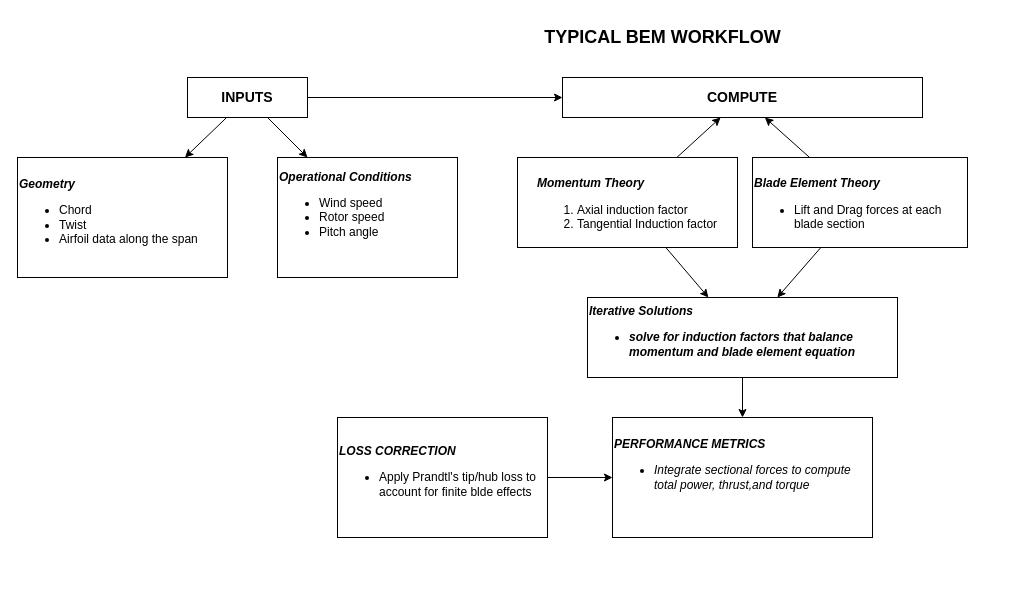
Above: examples/BEM_workflow.drawio in DTUWindEducation/final-project-stopfuckingspiders (draw.io), before the change. Source tidied: cells renumbered, new cells numbered last; positions are measured from the earlier drawing's top-left corner, leaving out a move shared by most shapes. Both pictures are drawn from the tidied source at 100%, with x=0, y=0 at pixel (17, 17).
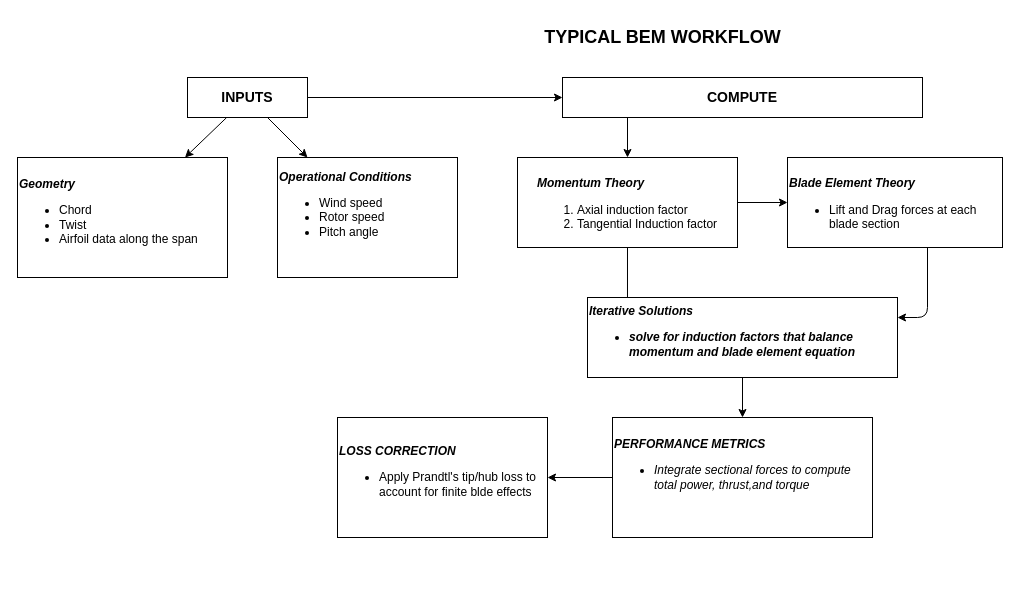
After the change.

The change refers to these unchanged cells:
```xml
<mxCell id="8" value="&lt;b&gt;&lt;font style=&quot;font-size: 14px;&quot;&gt;COMPUTE&lt;/font&gt;&lt;/b&gt;" style="whiteSpace=wrap;html=1;" parent="1" vertex="1">
  <mxGeometry x="545" y="60" width="360" height="40" as="geometry" />
</mxCell>
<mxCell id="11" value="&lt;div&gt;&lt;br&gt;&lt;/div&gt;&lt;div style=&quot;text-align: left;&quot;&gt;&lt;i&gt;&lt;b&gt;Momentum Theory&lt;/b&gt;&lt;/i&gt;&lt;/div&gt;&lt;div&gt;&lt;div&gt;&lt;ol&gt;&lt;li style=&quot;text-align: left;&quot;&gt;Axial induction factor&lt;/li&gt;&lt;li&gt;Tangential Induction factor&lt;/li&gt;&lt;/ol&gt;&lt;/div&gt;&lt;/div&gt;" style="whiteSpace=wrap;html=1;align=center;rotation=0;" parent="1" vertex="1">
  <mxGeometry x="500" y="140" width="220" height="90" as="geometry" />
</mxCell>
<mxCell id="16" value="&lt;i&gt;&lt;b&gt;Iterative Solutions&lt;/b&gt;&lt;/i&gt;&lt;div&gt;&lt;ul&gt;&lt;li&gt;&lt;b&gt;&lt;i&gt;solve for induction factors that balance momentum and blade element equation&lt;/i&gt;&lt;/b&gt;&lt;/li&gt;&lt;/ul&gt;&lt;/div&gt;" style="whiteSpace=wrap;html=1;align=left;" parent="1" vertex="1">
  <mxGeometry x="570" y="280" width="310" height="80" as="geometry" />
</mxCell>
<mxCell id="18" value="&lt;i&gt;&lt;b&gt;LOSS CORRECTION&lt;/b&gt;&lt;/i&gt;&lt;div&gt;&lt;div&gt;&lt;ul&gt;&lt;li&gt;Apply Prandtl's tip/hub loss to account for finite blde effects&lt;/li&gt;&lt;/ul&gt;&lt;/div&gt;&lt;/div&gt;" style="whiteSpace=wrap;html=1;align=left;" parent="1" vertex="1">
  <mxGeometry x="320" y="400" width="210" height="120" as="geometry" />
</mxCell>
<mxCell id="19" value="&lt;div style=&quot;&quot;&gt;&lt;span style=&quot;background-color: transparent;&quot;&gt;&lt;br&gt;&lt;/span&gt;&lt;/div&gt;&lt;div style=&quot;&quot;&gt;&lt;br&gt;&lt;/div&gt;&lt;div style=&quot;&quot;&gt;&lt;br&gt;&lt;/div&gt;&lt;div style=&quot;&quot;&gt;&lt;br&gt;&lt;/div&gt;&lt;div style=&quot;&quot;&gt;&lt;b&gt;&lt;i&gt;PERFORMANCE METRICS&lt;/i&gt;&lt;/b&gt;&lt;/div&gt;&lt;div style=&quot;&quot;&gt;&lt;ul&gt;&lt;li&gt;&lt;i style=&quot;background-color: transparent;&quot;&gt;Integrate sectional forces to compute&amp;nbsp; total power, thrust,and torque&lt;/i&gt;&lt;/li&gt;&lt;/ul&gt;&lt;/div&gt;&lt;div style=&quot;&quot;&gt;&lt;span style=&quot;background-color: transparent;&quot;&gt;&lt;br&gt;&lt;/span&gt;&lt;/div&gt;&lt;div style=&quot;&quot;&gt;&lt;span style=&quot;background-color: transparent;&quot;&gt;&lt;br&gt;&lt;/span&gt;&lt;/div&gt;&lt;div style=&quot;&quot;&gt;&lt;span style=&quot;background-color: transparent;&quot;&gt;&lt;br&gt;&lt;/span&gt;&lt;/div&gt;&lt;div style=&quot;&quot;&gt;&lt;span style=&quot;background-color: transparent;&quot;&gt;&lt;br&gt;&lt;/span&gt;&lt;/div&gt;&lt;div style=&quot;&quot;&gt;&lt;span style=&quot;background-color: transparent;&quot;&gt;&lt;br&gt;&lt;/span&gt;&lt;/div&gt;" style="whiteSpace=wrap;html=1;align=left;" parent="1" vertex="1">
  <mxGeometry x="595" y="400" width="260" height="120" as="geometry" />
</mxCell>
```

What changed in the source:
```diff
@@
+    <mxCell id="22" style="edgeStyle=none;html=1;" parent="1" edge="1" target="11">
+      <mxGeometry relative="1" as="geometry">
+        <mxPoint x="610" y="100" as="sourcePoint" />
+      </mxGeometry>
+    </mxCell>
-    <mxCell id="9" style="edgeStyle=none;html=1;" parent="1" edge="1" source="11" target="16">
+    <mxCell id="9" style="edgeStyle=none;html=1;entryX=0.129;entryY=0.125;entryDx=0;entryDy=0;entryPerimeter=0;" parent="1" edge="1" source="11" target="16">
       <mxGeometry relative="1" as="geometry" />
     </mxCell>
-    <mxCell id="10" style="edgeStyle=none;html=1;" parent="1" edge="1" source="11" target="8">
-      <mxGeometry relative="1" as="geometry" />
-    </mxCell>
@@
-    <mxCell id="12" style="edgeStyle=none;html=1;" parent="1" edge="1" source="14" target="16">
-      <mxGeometry relative="1" as="geometry" />
+    <mxCell id="12" style="edgeStyle=none;html=1;entryX=1;entryY=0.25;entryDx=0;entryDy=0;" parent="1" edge="1" target="16">
+      <mxGeometry relative="1" as="geometry">
+        <mxPoint x="910" y="230" as="sourcePoint" />
+        <Array as="points">
+          <mxPoint x="910" y="300" />
+        </Array>
+      </mxGeometry>
     </mxCell>
-    <mxCell id="13" style="edgeStyle=none;html=1;" parent="1" edge="1" source="14" target="8">
-      <mxGeometry relative="1" as="geometry" />
-    </mxCell>
+    <mxCell id="23" style="edgeStyle=none;html=1;" parent="1" edge="1" source="11" target="14">
+      <mxGeometry relative="1" as="geometry" />
+    </mxCell>
     <mxCell id="14" value="&lt;div&gt;&lt;br&gt;&lt;/div&gt;&lt;i&gt;&lt;b&gt;Blade Element Theory&lt;/b&gt;&lt;/i&gt;&lt;br&gt;&lt;div&gt;&lt;div&gt;&lt;ul&gt;&lt;li&gt;Lift and Drag forces at each blade section&lt;/li&gt;&lt;/ul&gt;&lt;/div&gt;&lt;/div&gt;" style="whiteSpace=wrap;html=1;align=left;" parent="1" vertex="1">
-      <mxGeometry x="735" y="140" width="215" height="90" as="geometry" />
+      <mxGeometry x="770" y="140" width="215" height="90" as="geometry" />
     </mxCell>
@@
-    <mxCell id="17" style="edgeStyle=none;html=1;" parent="1" edge="1" source="18" target="19">
+    <mxCell id="17" style="edgeStyle=none;html=1;" parent="1" edge="1" source="19" target="18">
       <mxGeometry relative="1" as="geometry" />
     </mxCell>
```
